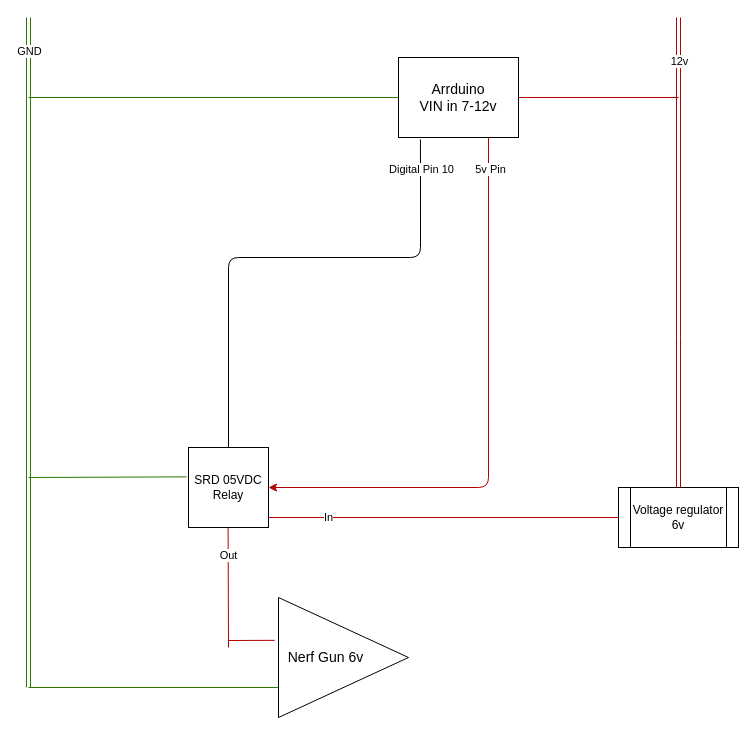
The draw.io diagram components/nerf_gun/nerf_gun_circuit_diagram.drawio in anjrew/Autonomous-Nerf-Turret, before the edit. Source tidied: cells renumbered, new cells numbered last; positions are measured from the earlier drawing's top-left corner, leaving out a move shared by most shapes. Both pictures are drawn from the tidied source at 100%, with x=0, y=0 at pixel (28, 17).
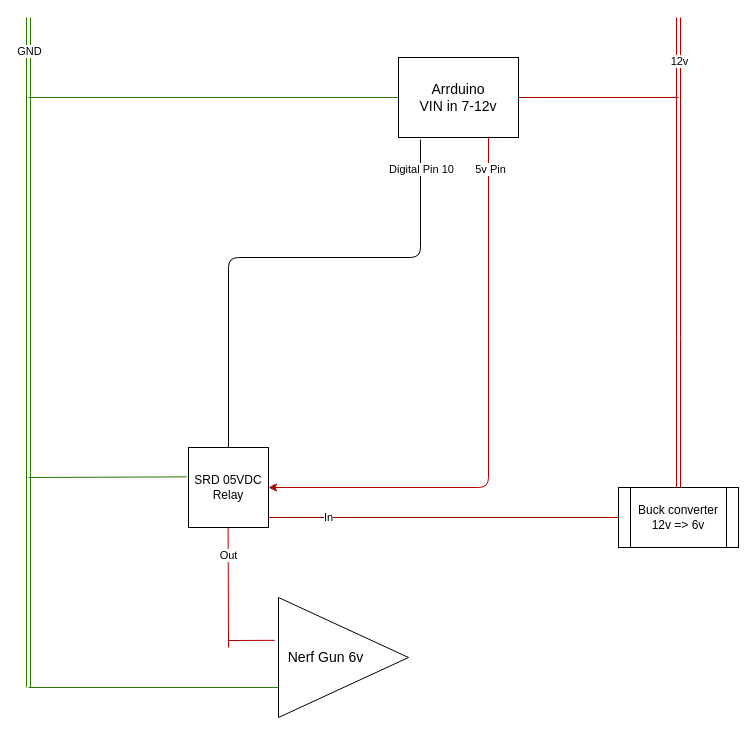
Above is the later version.

What changed in the source:
```diff
@@
-    <mxCell id="5" value="Voltage regulator&lt;br&gt;6v" style="shape=process;whiteSpace=wrap;html=1;backgroundOutline=1;" parent="1" vertex="1">
+    <mxCell id="5" value="Buck converter 12v =&amp;gt; 6v" style="shape=process;whiteSpace=wrap;html=1;backgroundOutline=1;" parent="1" vertex="1">
       <mxGeometry x="590" y="470" width="120" height="60" as="geometry" />
     </mxCell>
```
